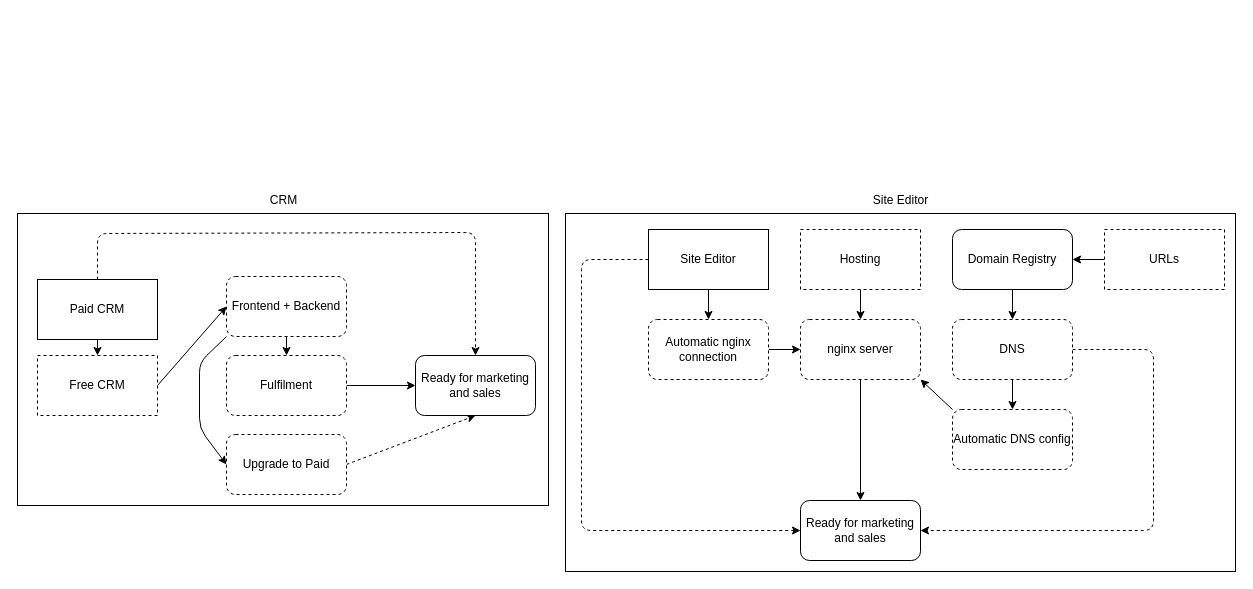
This is drawio/sales.drawio from SyntqxErrqr/docs-tracker, a draw.io file, before an edit. Source tidied: cells renumbered, new cells numbered last; positions are measured from the earlier drawing's top-left corner, leaving out a move shared by most shapes. Both pictures are drawn from the tidied source at 100%, with x=0, y=0 at pixel (17, 187).
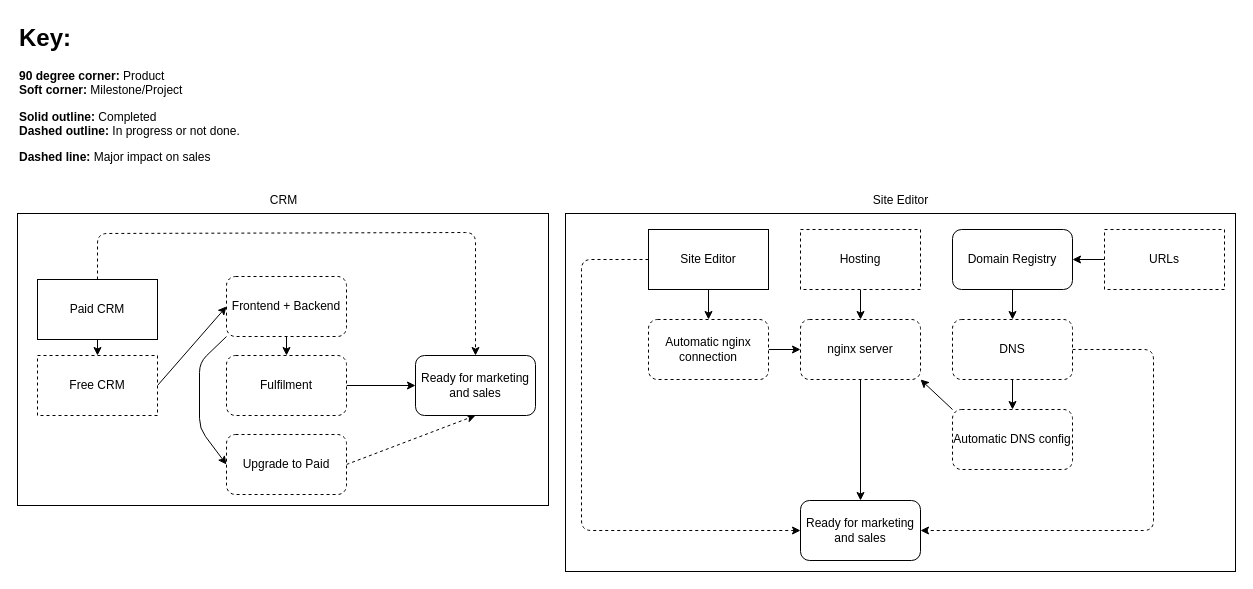
The same diagram, later.

The edit, as a diff of the source:
```diff
@@
+    <mxCell id="40" value="&lt;h1 style=&quot;margin-top: 0px;&quot;&gt;Key:&lt;/h1&gt;&lt;p&gt;&lt;b&gt;90 degree corner:&lt;/b&gt; Product&lt;br&gt;&lt;b&gt;Soft corner:&lt;/b&gt; Milestone/Project&lt;/p&gt;&lt;p&gt;&lt;b&gt;Solid outline: &lt;/b&gt;Completed&lt;br&gt;&lt;b&gt;Dashed outline:&lt;/b&gt; In progress or not done.&lt;/p&gt;&lt;p&gt;&lt;b&gt;Dashed line:&lt;/b&gt; Major impact on sales&lt;br&gt;&lt;br&gt;&lt;/p&gt;&lt;p&gt;&lt;br&gt;&lt;/p&gt;" style="text;html=1;whiteSpace=wrap;overflow=hidden;rounded=0;" parent="1" vertex="1">
+      <mxGeometry y="-170" width="440" height="164" as="geometry" />
+    </mxCell>
```
